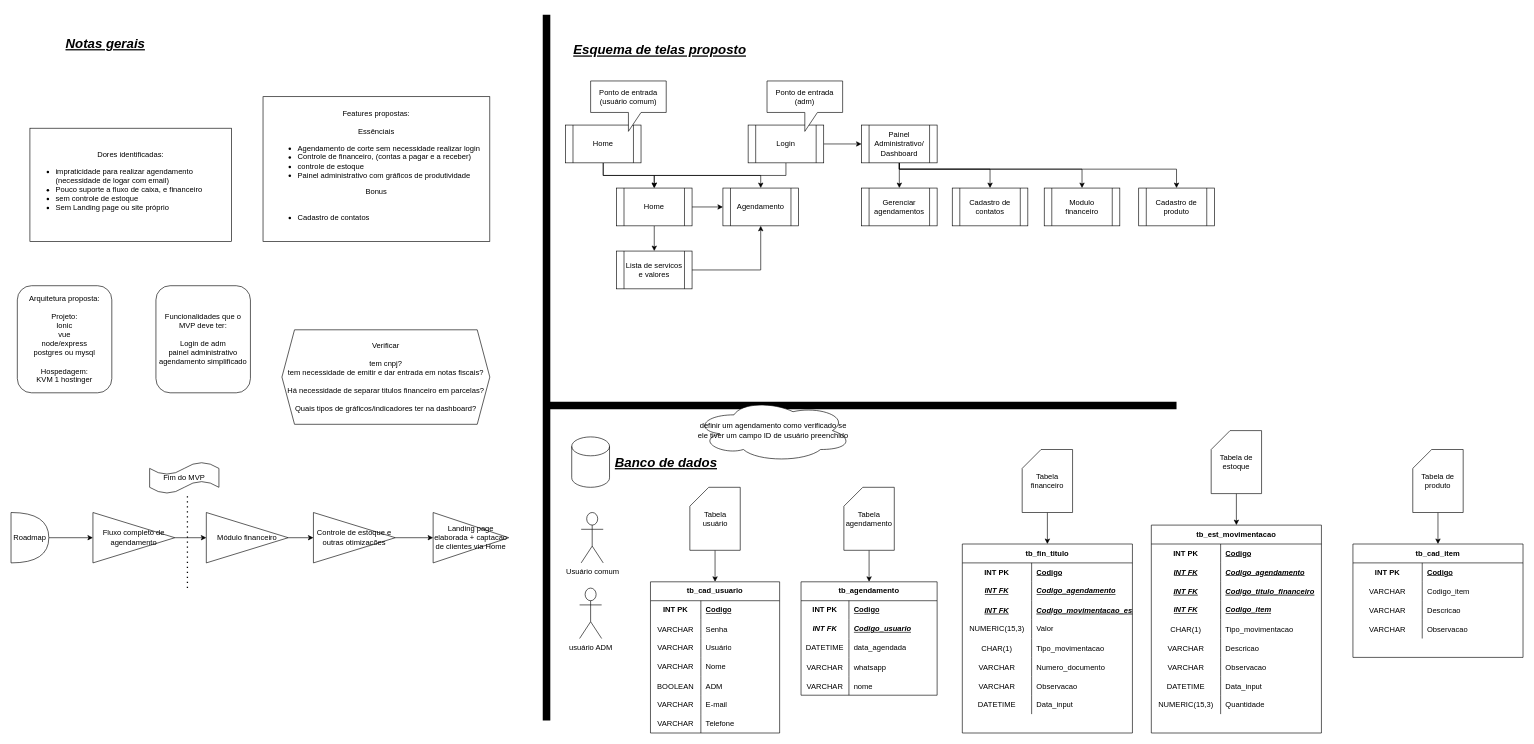
This is docs/siqueira_barbearia_docs.drawio from PedrosoCode/siqueira_backend, a draw.io file, before an edit. Source tidied: cells renumbered, new cells numbered last; positions are measured from the earlier drawing's top-left corner, leaving out a move shared by most shapes. Both pictures are drawn from the tidied source at 63%, with x=0, y=0 at pixel (11, 14).
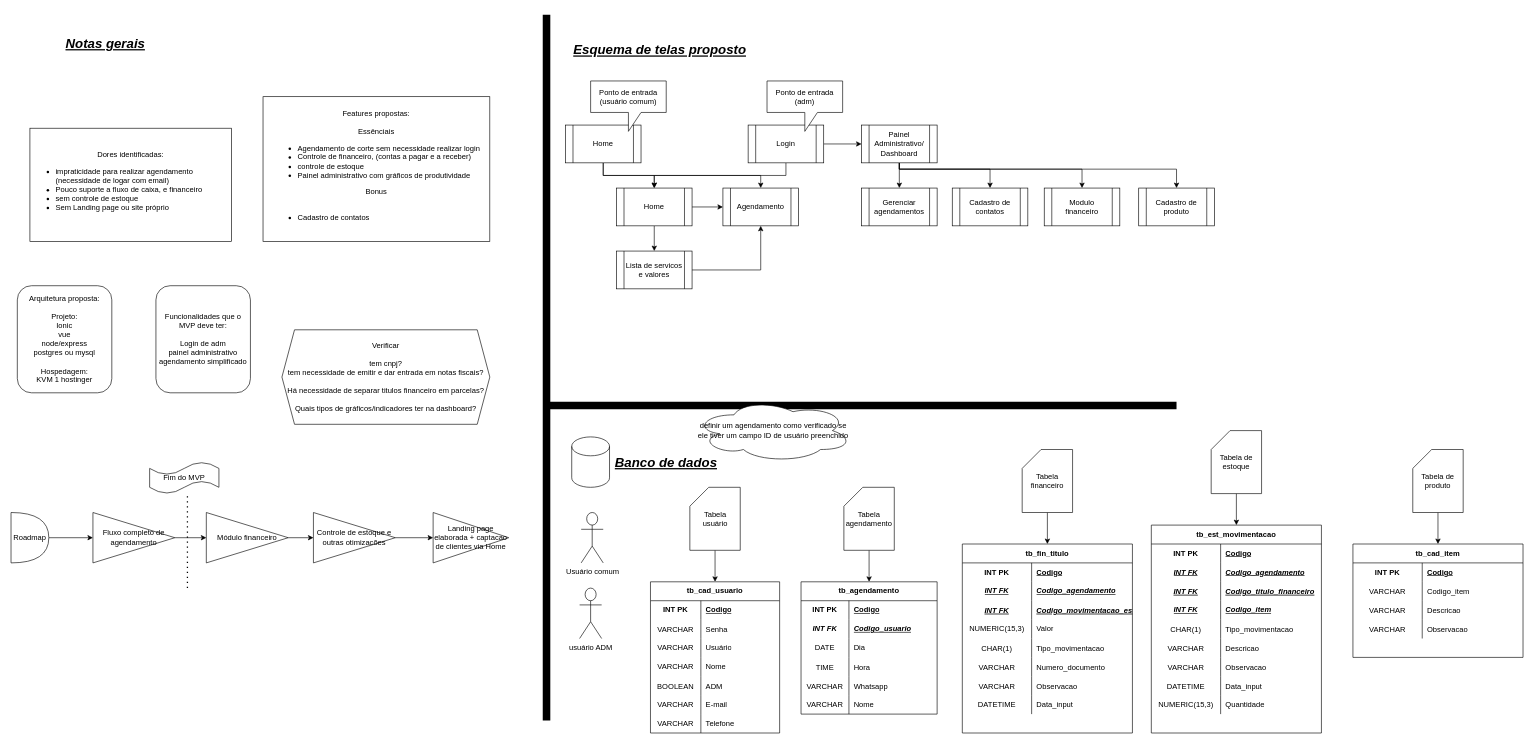
Above is the later version.

Unchanged cells that the change refers to:
```xml
<mxCell id="108" style="shape=tableRow;horizontal=0;startSize=0;swimlaneHead=0;swimlaneBody=0;fillColor=none;top=0;left=0;right=0;bottom=0;html=1;" parent="101" vertex="1">
  <mxGeometry y="90" width="216" height="30" as="geometry" />
</mxCell>
```

The edit, as a diff of the source:
```diff
@@
     <mxCell id="101" value="tb_agendamento" style="shape=table;startSize=30;childLayout=tableLayout;rowLines=0;fontStyle=1;align=center;html=1;whiteSpace=wrap;" parent="1" vertex="1">
-      <mxGeometry x="1254" y="900" width="216" height="180" as="geometry" />
+      <mxGeometry x="1254" y="900" width="216" height="210" as="geometry" />
     </mxCell>
@@
-    <mxCell id="109" value="DATETIME" style="shape=partialRectangle;fillColor=none;top=0;left=0;bottom=0;right=0;overflow=hidden;html=1;whiteSpace=wrap;" parent="108" vertex="1">
+    <mxCell id="109" value="DATE" style="shape=partialRectangle;fillColor=none;top=0;left=0;bottom=0;right=0;overflow=hidden;html=1;whiteSpace=wrap;" parent="108" vertex="1">
       <mxGeometry width="76" height="30" as="geometry" />
     </mxCell>
-    <mxCell id="110" value="data_agendada" style="shape=partialRectangle;fillColor=none;top=0;left=0;bottom=0;right=0;align=left;spacingLeft=6;overflow=hidden;html=1;whiteSpace=wrap;" parent="108" vertex="1">
+    <mxCell id="110" value="Dia" style="shape=partialRectangle;fillColor=none;top=0;left=0;bottom=0;right=0;align=left;spacingLeft=6;overflow=hidden;html=1;whiteSpace=wrap;" parent="108" vertex="1">
       <mxGeometry x="76" width="140" height="30" as="geometry" />
     </mxCell>
+    <mxCell id="166" style="shape=tableRow;horizontal=0;startSize=0;swimlaneHead=0;swimlaneBody=0;fillColor=none;top=0;left=0;right=0;bottom=0;" parent="101" vertex="1">
+      <mxGeometry y="120" width="216" height="30" as="geometry" />
+    </mxCell>
+    <mxCell id="167" value="TIME" style="shape=partialRectangle;fillColor=none;top=0;left=0;bottom=0;right=0;overflow=hidden;" parent="166" vertex="1">
+      <mxGeometry width="76" height="30" as="geometry" />
+    </mxCell>
+    <mxCell id="168" value="Hora" style="shape=partialRectangle;fillColor=none;top=0;left=0;bottom=0;right=0;align=left;spacingLeft=6;overflow=hidden;" parent="166" vertex="1">
+      <mxGeometry x="76" width="140" height="30" as="geometry" />
+    </mxCell>
     <mxCell id="111" style="shape=tableRow;horizontal=0;startSize=0;swimlaneHead=0;swimlaneBody=0;fillColor=none;top=0;left=0;right=0;bottom=0;" parent="101" vertex="1">
-      <mxGeometry y="120" width="216" height="30" as="geometry" />
+      <mxGeometry y="150" width="216" height="30" as="geometry" />
     </mxCell>
@@
-    <mxCell id="113" value="whatsapp" style="shape=partialRectangle;fillColor=none;top=0;left=0;bottom=0;right=0;align=left;spacingLeft=6;overflow=hidden;" parent="111" vertex="1">
+    <mxCell id="113" value="Whatsapp" style="shape=partialRectangle;fillColor=none;top=0;left=0;bottom=0;right=0;align=left;spacingLeft=6;overflow=hidden;" parent="111" vertex="1">
       <mxGeometry x="76" width="140" height="30" as="geometry" />
     </mxCell>
     <mxCell id="114" style="shape=tableRow;horizontal=0;startSize=0;swimlaneHead=0;swimlaneBody=0;fillColor=none;top=0;left=0;right=0;bottom=0;" parent="101" vertex="1">
-      <mxGeometry y="150" width="216" height="30" as="geometry" />
+      <mxGeometry y="180" width="216" height="30" as="geometry" />
     </mxCell>
@@
-    <mxCell id="116" value="nome" style="shape=partialRectangle;fillColor=none;top=0;left=0;bottom=0;right=0;align=left;spacingLeft=6;overflow=hidden;" parent="114" vertex="1">
+    <mxCell id="116" value="Nome" style="shape=partialRectangle;fillColor=none;top=0;left=0;bottom=0;right=0;align=left;spacingLeft=6;overflow=hidden;" parent="114" vertex="1">
       <mxGeometry x="76" width="140" height="30" as="geometry" />
     </mxCell>
```
